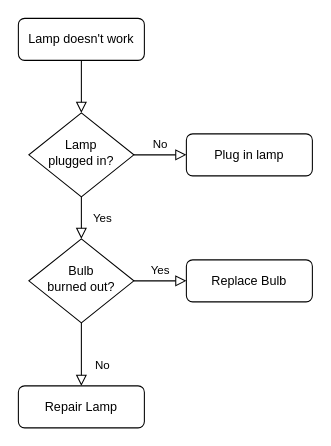
Above: Untitled Diagram.drawio in ido-nevo/leap-year (draw.io), before the change. Source tidied: cells renumbered, new cells numbered last; positions are measured from the earlier drawing's top-left corner, leaving out a move shared by most shapes. Both pictures are drawn from the tidied source at 105%, with x=0, y=0 at pixel (18, 18).
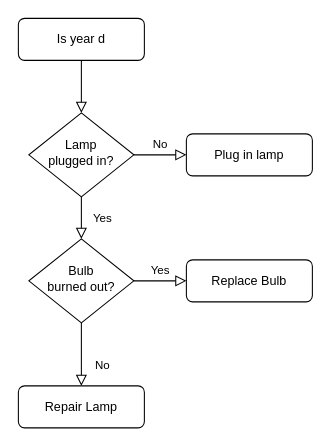
The same diagram, later.

Change to the diagram source:
```diff
@@
 <mxGraphModel>
   <root>
     <mxCell id="0" />
     <mxCell id="1" parent="0" />
     <mxCell id="2" style="rounded=0;html=1;jettySize=auto;fontSize=11;endArrow=block;endFill=0;endSize=8;strokeWidth=1;shadow=0;labelBackgroundColor=none;edgeStyle=orthogonalEdgeStyle;" parent="1" edge="1" source="3" target="6">
       <mxGeometry relative="1" as="geometry" />
     </mxCell>
-    <mxCell id="3" value="Lamp doesn't work" style="rounded=1;whiteSpace=wrap;html=1;fontSize=12;glass=0;strokeWidth=1;shadow=0;" parent="1" vertex="1">
+    <mxCell id="3" value="Is year d" style="rounded=1;whiteSpace=wrap;html=1;fontSize=12;glass=0;strokeWidth=1;shadow=0;" parent="1" vertex="1">
       <mxGeometry width="120" height="40" as="geometry" />
     </mxCell>
     <mxCell id="4" value="Yes" style="rounded=0;html=1;jettySize=auto;fontSize=11;endArrow=block;endFill=0;endSize=8;strokeWidth=1;shadow=0;labelBackgroundColor=none;edgeStyle=orthogonalEdgeStyle;" parent="1" edge="1" source="6" target="10">
       <mxGeometry y="20" relative="1" as="geometry" />
     </mxCell>
     <mxCell id="5" value="No" style="edgeStyle=orthogonalEdgeStyle;rounded=0;html=1;jettySize=auto;fontSize=11;endArrow=block;endFill=0;endSize=8;strokeWidth=1;shadow=0;labelBackgroundColor=none;" parent="1" edge="1" source="6" target="7">
       <mxGeometry y="10" relative="1" as="geometry" />
     </mxCell>
     <mxCell id="6" value="Lamp&lt;br&gt;plugged in?" style="rhombus;whiteSpace=wrap;html=1;shadow=0;fontFamily=Helvetica;fontSize=12;align=center;strokeWidth=1;spacing=6;spacingTop=-4;" parent="1" vertex="1">
       <mxGeometry x="10" y="90" width="100" height="80" as="geometry" />
     </mxCell>
     <mxCell id="7" value="Plug in lamp" style="rounded=1;whiteSpace=wrap;html=1;fontSize=12;glass=0;strokeWidth=1;shadow=0;" parent="1" vertex="1">
       <mxGeometry x="160" y="110" width="120" height="40" as="geometry" />
     </mxCell>
     <mxCell id="8" value="No" style="rounded=0;html=1;jettySize=auto;fontSize=11;endArrow=block;endFill=0;endSize=8;strokeWidth=1;shadow=0;labelBackgroundColor=none;edgeStyle=orthogonalEdgeStyle;" parent="1" edge="1" source="10" target="11">
       <mxGeometry x="0.33" y="20" relative="1" as="geometry" />
     </mxCell>
     <mxCell id="9" value="Yes" style="edgeStyle=orthogonalEdgeStyle;rounded=0;html=1;jettySize=auto;fontSize=11;endArrow=block;endFill=0;endSize=8;strokeWidth=1;shadow=0;labelBackgroundColor=none;" parent="1" edge="1" source="10" target="12">
       <mxGeometry y="10" relative="1" as="geometry" />
     </mxCell>
     <mxCell id="10" value="Bulb&lt;br&gt;burned out?" style="rhombus;whiteSpace=wrap;html=1;shadow=0;fontFamily=Helvetica;fontSize=12;align=center;strokeWidth=1;spacing=6;spacingTop=-4;" parent="1" vertex="1">
       <mxGeometry x="10" y="210" width="100" height="80" as="geometry" />
     </mxCell>
     <mxCell id="11" value="Repair Lamp" style="rounded=1;whiteSpace=wrap;html=1;fontSize=12;glass=0;strokeWidth=1;shadow=0;" parent="1" vertex="1">
       <mxGeometry y="350" width="120" height="40" as="geometry" />
     </mxCell>
     <mxCell id="12" value="Replace Bulb" style="rounded=1;whiteSpace=wrap;html=1;fontSize=12;glass=0;strokeWidth=1;shadow=0;" parent="1" vertex="1">
       <mxGeometry x="160" y="230" width="120" height="40" as="geometry" />
     </mxCell>
   </root>
 </mxGraphModel>
```
